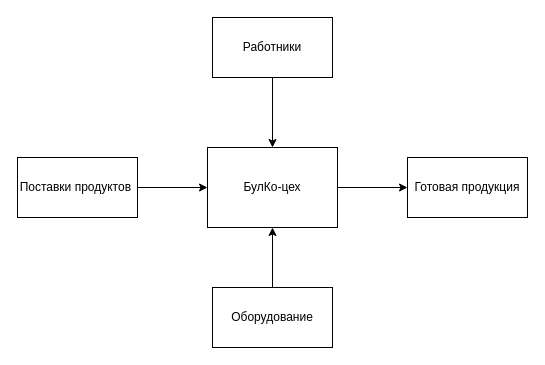
Above: page "Страница 1" (1 of 3) of Зачетная.drawio in Barashek-1507/SRDandA (draw.io), before the change. Source tidied: cells renumbered, new cells numbered last; positions are measured from the earlier drawing's top-left corner, leaving out a move shared by most shapes. Both pictures are drawn from the tidied source at 100%, with x=0, y=0 at pixel (17, 17).
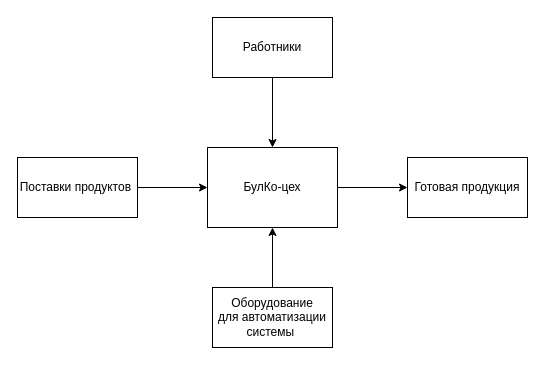
After the change.

What changed in the source:
```diff
@@
 <mxGraphModel>
   <root>
     <mxCell id="0" />
     <mxCell id="1" parent="0" />
     <mxCell id="2" style="edgeStyle=orthogonalEdgeStyle;rounded=0;jettySize=auto;html=1;exitX=1;exitY=0.5;exitDx=0;exitDy=0;" parent="1" edge="1" source="3" target="10">
       <mxGeometry relative="1" as="geometry" />
     </mxCell>
     <mxCell id="3" value="БулКо-цех" style="rounded=0;whiteSpace=wrap;html=1;" parent="1" vertex="1">
       <mxGeometry x="190" y="130" width="130" height="80" as="geometry" />
     </mxCell>
     <mxCell id="4" style="edgeStyle=orthogonalEdgeStyle;rounded=0;jettySize=auto;html=1;exitX=1;exitY=0.5;exitDx=0;exitDy=0;" parent="1" edge="1" source="5" target="3">
       <mxGeometry relative="1" as="geometry" />
     </mxCell>
     <mxCell id="5" value="Поставки продуктов&amp;nbsp;" style="rounded=0;whiteSpace=wrap;html=1;" parent="1" vertex="1">
       <mxGeometry y="140" width="120" height="60" as="geometry" />
     </mxCell>
     <mxCell id="6" style="edgeStyle=orthogonalEdgeStyle;rounded=0;jettySize=auto;html=1;exitX=0.5;exitY=1;exitDx=0;exitDy=0;entryX=0.5;entryY=0;entryDx=0;entryDy=0;" parent="1" edge="1" source="7" target="3">
       <mxGeometry relative="1" as="geometry" />
     </mxCell>
     <mxCell id="7" value="Работники" style="rounded=0;whiteSpace=wrap;html=1;" parent="1" vertex="1">
       <mxGeometry x="195" width="120" height="60" as="geometry" />
     </mxCell>
     <mxCell id="8" style="edgeStyle=orthogonalEdgeStyle;rounded=0;jettySize=auto;html=1;exitX=0.5;exitY=0;exitDx=0;exitDy=0;entryX=0.5;entryY=1;entryDx=0;entryDy=0;" parent="1" edge="1" source="9" target="3">
       <mxGeometry relative="1" as="geometry" />
     </mxCell>
-    <mxCell id="9" value="Оборудование" style="rounded=0;whiteSpace=wrap;html=1;" parent="1" vertex="1">
+    <mxCell id="9" value="Оборудование&lt;br&gt;для автоматизации системы&amp;nbsp;" style="rounded=0;whiteSpace=wrap;html=1;" parent="1" vertex="1">
       <mxGeometry x="195" y="270" width="120" height="60" as="geometry" />
     </mxCell>
     <mxCell id="10" value="Готовая продукция" style="rounded=0;whiteSpace=wrap;html=1;" parent="1" vertex="1">
       <mxGeometry x="390" y="140" width="120" height="60" as="geometry" />
     </mxCell>
   </root>
 </mxGraphModel>
```
